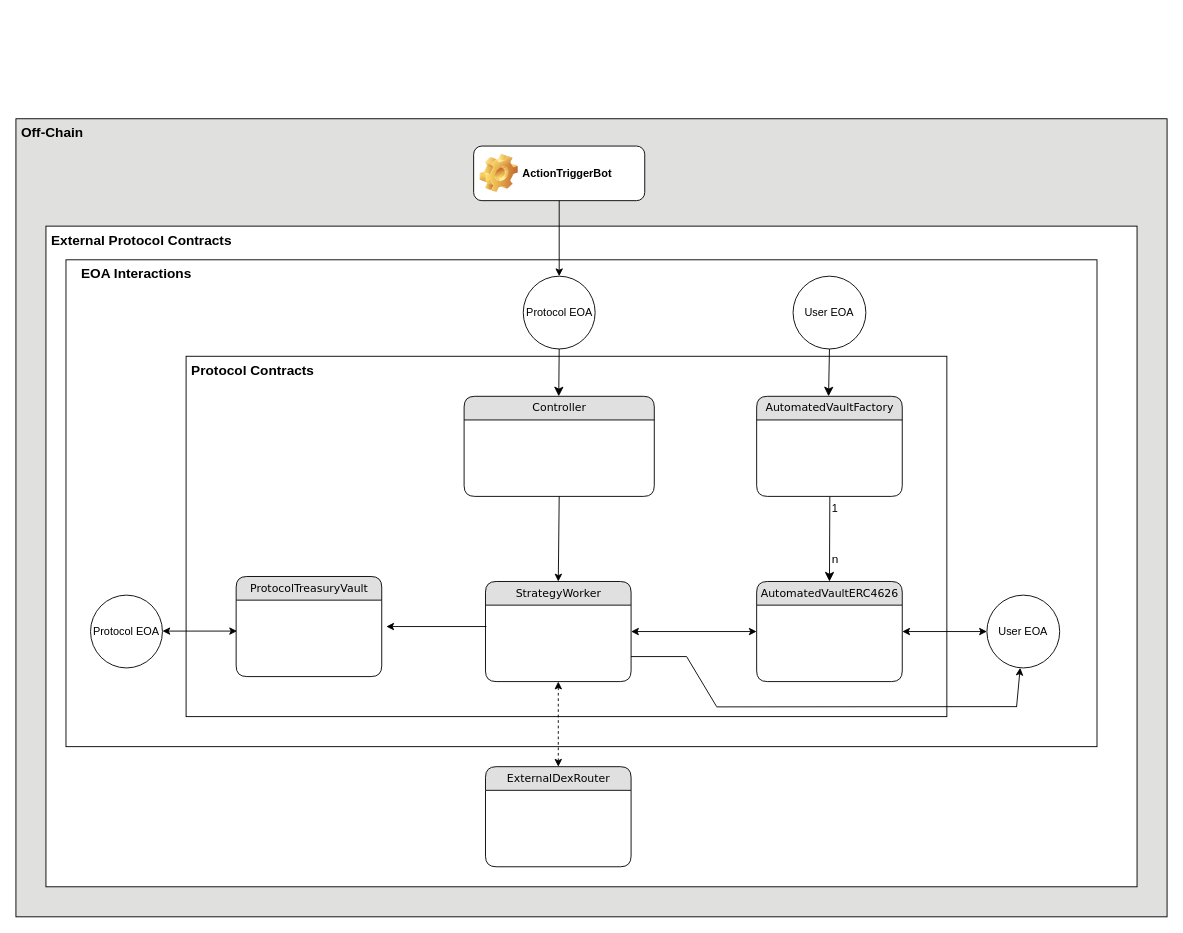
The draw.io diagram docs/architecture_diagram.drawio in adsvferreira/ERC4626-DCA-Vaults, before the edit. Source tidied: cells renumbered, new cells numbered last; positions are measured from the earlier drawing's top-left corner, leaving out a move shared by most shapes. Both pictures are drawn from the tidied source at 91%, with x=0, y=0 at pixel (15, 118).
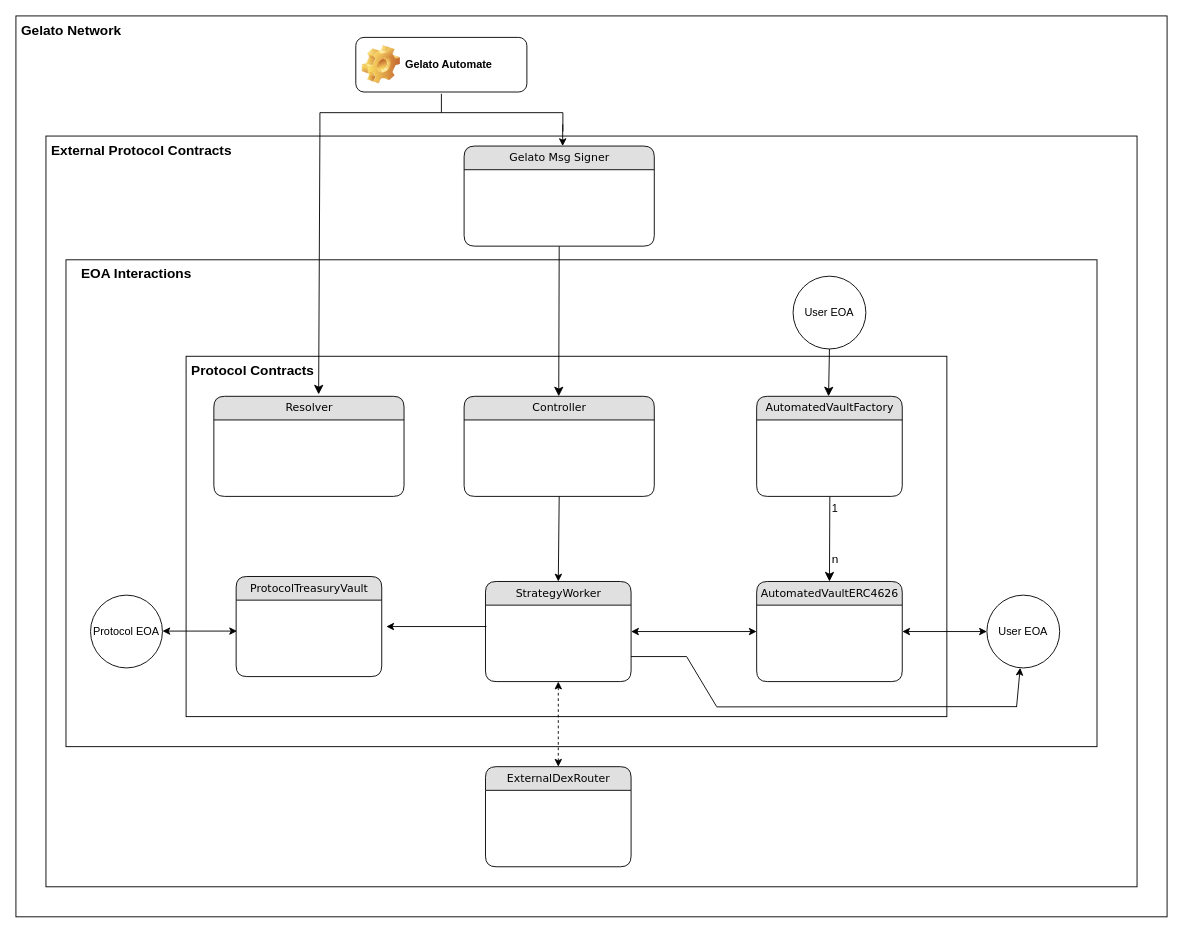
Above is the later version.

The edit, as a diff of the source:
```diff
@@
-    <mxCell id="2" style="rounded=0;whiteSpace=wrap;html=1;fillColor=#E0E0DE;" parent="1" vertex="1">
-      <mxGeometry width="1265" height="877" as="geometry" />
+    <mxCell id="2" style="rounded=0;whiteSpace=wrap;html=1;" parent="1" vertex="1">
+      <mxGeometry y="-113" width="1265" height="990" as="geometry" />
     </mxCell>
     <mxCell id="3" style="rounded=0;whiteSpace=wrap;html=1;" parent="1" vertex="1">
-      <mxGeometry x="33" y="118" width="1199" height="726" as="geometry" />
+      <mxGeometry x="33" y="19" width="1199" height="825" as="geometry" />
     </mxCell>
@@
-    <mxCell id="20" value="Protocol EOA" style="ellipse;whiteSpace=wrap;html=1;" parent="1" vertex="1">
-      <mxGeometry x="557.5" y="173" width="79" height="80" as="geometry" />
-    </mxCell>
-    <mxCell id="21" style="edgeStyle=none;html=1;labelBackgroundColor=none;startFill=0;startSize=8;endFill=1;endSize=8;fontFamily=Verdana;fontSize=12;exitX=0.5;exitY=1;exitDx=0;exitDy=0;" parent="1" edge="1" source="20">
+    <mxCell id="21" style="edgeStyle=none;html=1;labelBackgroundColor=none;startFill=0;startSize=8;endFill=1;endSize=8;fontFamily=Verdana;fontSize=12;exitX=0.5;exitY=1;exitDx=0;exitDy=0;" parent="1" edge="1" source="40">
       <mxGeometry relative="1" as="geometry">
         <mxPoint x="596.5" y="305" as="targetPoint" />
       </mxGeometry>
     </mxCell>
@@
-    <mxCell id="25" value="ActionTriggerBot" style="label;whiteSpace=wrap;html=1;image=img/clipart/Gear_128x128.png;" parent="1" vertex="1">
-      <mxGeometry x="503" y="30" width="188" height="60" as="geometry" />
+    <mxCell id="25" value="Gelato Automate" style="label;whiteSpace=wrap;html=1;image=img/clipart/Gear_128x128.png;" parent="1" vertex="1">
+      <mxGeometry x="373.5" y="-89.4" width="188" height="60" as="geometry" />
     </mxCell>
-    <mxCell id="26" style="endArrow=classic;html=1;rounded=0;exitX=0.5;exitY=1;exitDx=0;exitDy=0;entryX=0.5;entryY=0;entryDx=0;entryDy=0;" parent="1" edge="1" source="25" target="20">
-      <mxGeometry relative="1" as="geometry" />
-    </mxCell>
-    <mxCell id="27" value="&lt;font style=&quot;font-size: 15px;&quot;&gt;Off-Chain&lt;/font&gt;" style="text;html=1;strokeColor=none;fillColor=none;spacingLeft=4;spacingRight=4;whiteSpace=wrap;overflow=hidden;fontSize=15;fontStyle=1;" parent="1" vertex="1">
-      <mxGeometry width="121" height="33" as="geometry" />
+    <mxCell id="27" value="&lt;font style=&quot;font-size: 15px;&quot;&gt;Gelato Network&amp;nbsp;&lt;br&gt;&lt;/font&gt;" style="text;html=1;strokeColor=none;fillColor=none;spacingLeft=4;spacingRight=4;whiteSpace=wrap;overflow=hidden;fontSize=15;fontStyle=1;" parent="1" vertex="1">
+      <mxGeometry y="-113" width="176" height="33" as="geometry" />
     </mxCell>
     <mxCell id="28" value="&lt;font style=&quot;font-size: 15px;&quot;&gt;External Protocol Contracts&lt;/font&gt;" style="text;html=1;strokeColor=none;fillColor=none;spacingLeft=4;spacingRight=4;whiteSpace=wrap;overflow=hidden;fontSize=15;fontStyle=1;" parent="1" vertex="1">
-      <mxGeometry x="33" y="118" width="231" height="33" as="geometry" />
+      <mxGeometry x="33" y="19" width="231" height="33" as="geometry" />
     </mxCell>
@@
+    <mxCell id="37" value="Resolver" style="swimlane;html=1;fontStyle=0;horizontal=1;startSize=26;fillColor=#e0e0e0;swimlaneFillColor=#ffffff;align=center;rounded=1;shadow=0;comic=0;labelBackgroundColor=none;strokeWidth=1;fontFamily=Verdana;fontSize=12;" parent="1" vertex="1">
+      <mxGeometry x="217.5" y="305" width="209" height="110" as="geometry" />
+    </mxCell>
+    <mxCell id="38" style="strokeWidth=1;html=1;shape=mxgraph.flowchart.annotation_2;align=left;labelPosition=right;rotation=90;" parent="1" vertex="1">
+      <mxGeometry x="446.8" y="-140.2" width="41.5" height="267" as="geometry" />
+    </mxCell>
+    <mxCell id="39" style="edgeStyle=none;html=1;labelBackgroundColor=none;startFill=0;startSize=8;endFill=1;endSize=8;fontFamily=Verdana;fontSize=12;exitX=1;exitY=1;exitDx=0;exitDy=0;entryX=0.551;entryY=-0.019;entryDx=0;entryDy=0;entryPerimeter=0;exitPerimeter=0;" parent="1" edge="1" source="38" target="37">
+      <mxGeometry relative="1" as="geometry" />
+    </mxCell>
+    <mxCell id="40" value="Gelato Msg Signer" style="swimlane;html=1;fontStyle=0;horizontal=1;startSize=26;fillColor=#e0e0e0;swimlaneFillColor=#ffffff;align=center;rounded=1;shadow=0;comic=0;labelBackgroundColor=none;strokeWidth=1;fontFamily=Verdana;fontSize=12;" parent="1" vertex="1">
+      <mxGeometry x="492.5" y="30" width="209" height="110" as="geometry" />
+    </mxCell>
+    <mxCell id="41" style="endArrow=classic;html=1;rounded=0;entryX=0.661;entryY=0.111;entryDx=0;entryDy=0;entryPerimeter=0;" parent="1" edge="1">
+      <mxGeometry relative="1" as="geometry">
+        <mxPoint x="600.9" y="6.2" as="sourcePoint" />
+        <mxPoint x="600.8" y="30" as="targetPoint" />
+      </mxGeometry>
+    </mxCell>
```
